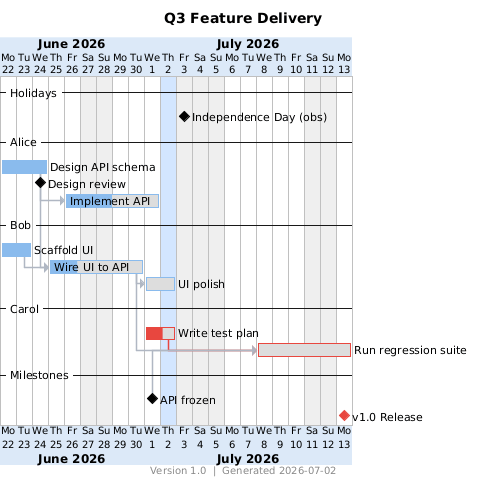
Before: docs/example-advanced.png, a diagram exported from PlantUML (meet-brad-ch/ganttuml). The source it was exported from:
```plantuml
@startgantt
<style>
ganttDiagram {
  undone {
    BackGroundColor #DDDDDD
  }
  arrow {
    LineColor #B0B7C3
  }
  timeline {
    BackGroundColor #DCE9F8
  }
}
</style>
title Q3 Feature Delivery
footer Version 1.0  |  Generated 2026-07-02
Project starts 2026-06-22
hide resources footbox
hide resources names

2026-06-27 is colored in #EFEFEF
2026-06-28 is colored in #EFEFEF
2026-07-03 is colored in #EFEFEF
2026-07-04 is colored in #EFEFEF
2026-07-05 is colored in #EFEFEF
2026-07-11 is colored in #EFEFEF
2026-07-12 is colored in #EFEFEF
2026-07-02 is colored in #4F9BFF40

{Alice} is off on 2026-06-25
{Alice} is off on 2026-06-27
{Alice} is off on 2026-06-28
{Alice} is off on 2026-07-03
{Alice} is off on 2026-07-04
{Alice} is off on 2026-07-05
{Alice} is off on 2026-07-11
{Alice} is off on 2026-07-12
{Bob} is off on 2026-06-27
{Bob} is off on 2026-07-03
{Bob} is off on 2026-07-04
{Bob} is off on 2026-07-05
{Bob} is off on 2026-07-11
{Bob} is off on 2026-07-12
{Carol} is off on 2026-06-27
{Carol} is off on 2026-06-28
{Carol} is off on 2026-07-03
{Carol} is off on 2026-07-04
{Carol} is off on 2026-07-05
{Carol} is off on 2026-07-06
{Carol} is off on 2026-07-07
{Carol} is off on 2026-07-11
{Carol} is off on 2026-07-12

-- Holidays --
[Independence Day (obs)] happens 2026-07-03

-- Alice --
[Design API schema] as [api_schema] on {Alice} requires 3 days
[api_schema] is colored in #8ABBED
[api_schema] is 100% completed
[api_schema] links to [[https://your-company.atlassian.net/browse/PROJ-101]]
[Design review] as [design_review] happens 2026-06-24
[Implement API] as [api_impl] on {Alice} requires 4 days
[api_impl] is colored in #8ABBED
[api_impl] is 50% completed

-- Bob --
[Scaffold UI] as [ui_scaffold] on {Bob} requires 2 days
[ui_scaffold] is colored in #8ABBED
[ui_scaffold] is 100% completed
[ui_scaffold] links to [[https://example.com/ui-spec]]
[Wire UI to API] as [ui_wire] on {Bob} requires 5 days
[ui_wire] is colored in #8ABBED
[ui_wire] is 30% completed
[UI polish] as [ui_polish] on {Bob} requires 2 days
[ui_polish] is colored in #8ABBED
[ui_polish] is 0% completed

-- Carol --
[Write test plan] as [qa_plan] on {Carol} requires 2 days
[qa_plan] starts 2026-07-01
[qa_plan] is colored in #E8473F
[qa_plan] is 60% completed
[Run regression suite] as [qa_run] on {Carol} requires 4 days
[qa_run] is colored in #E8473F
[qa_run] is 0% completed
[qa_run] links to [[https://your-company.atlassian.net/browse/PROJ-131]]

[api_schema] -> [api_impl]
[api_schema] -> [ui_wire]
[ui_scaffold] -> [ui_wire]
[ui_wire] -> [ui_polish]
[ui_wire] -> [qa_run]
[qa_plan] -[#E8473F]-> [qa_run]

-- Milestones --
[API frozen] as [api_done] happens at [api_impl]'s end
[api_done] -> [qa_run]
[v1.0 Release] as [release] happens at [qa_run]'s end
[release] happens at [ui_polish]'s end
[release] is colored in #E8473F

@endgantt
```
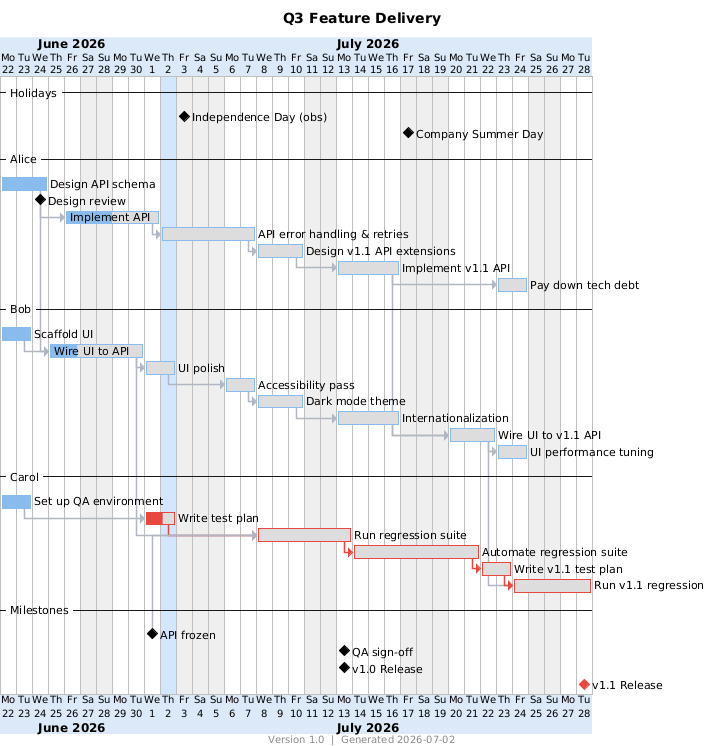
Above is the later version.

Commit message:
Adding more advanced example. Normalize line endings and file modes; enforce via .gitattributes

What changed in the source:
```diff
@@ -25,6 +25,11 @@
 2026-07-05 is colored in #EFEFEF
 2026-07-11 is colored in #EFEFEF
 2026-07-12 is colored in #EFEFEF
+2026-07-17 is colored in #EFEFEF
+2026-07-18 is colored in #EFEFEF
+2026-07-19 is colored in #EFEFEF
+2026-07-25 is colored in #EFEFEF
+2026-07-26 is colored in #EFEFEF
 2026-07-02 is colored in #4F9BFF40
 
 {Alice} is off on 2026-06-25
@@ -35,12 +40,27 @@
 {Alice} is off on 2026-07-05
 {Alice} is off on 2026-07-11
 {Alice} is off on 2026-07-12
+{Alice} is off on 2026-07-17
+{Alice} is off on 2026-07-18
+{Alice} is off on 2026-07-19
+{Alice} is off on 2026-07-20
+{Alice} is off on 2026-07-21
+{Alice} is off on 2026-07-22
+{Alice} is off on 2026-07-25
+{Alice} is off on 2026-07-26
 {Bob} is off on 2026-06-27
 {Bob} is off on 2026-07-03
 {Bob} is off on 2026-07-04
 {Bob} is off on 2026-07-05
 {Bob} is off on 2026-07-11
 {Bob} is off on 2026-07-12
+{Bob} is off on 2026-07-17
+{Bob} is off on 2026-07-18
+{Bob} is off on 2026-07-19
+{Bob} is off on 2026-07-25
+{Bob} is off on 2026-07-26
+{Bob} is off on 2026-07-27
+{Bob} is off on 2026-07-28
 {Carol} is off on 2026-06-27
 {Carol} is off on 2026-06-28
 {Carol} is off on 2026-07-03
@@ -50,9 +70,16 @@
 {Carol} is off on 2026-07-07
 {Carol} is off on 2026-07-11
 {Carol} is off on 2026-07-12
+{Carol} is off on 2026-07-16
+{Carol} is off on 2026-07-17
+{Carol} is off on 2026-07-18
+{Carol} is off on 2026-07-19
+{Carol} is off on 2026-07-25
+{Carol} is off on 2026-07-26
 
 -- Holidays --
 [Independence Day (obs)] happens 2026-07-03
+[Company Summer Day] happens 2026-07-17
 
 -- Alice --
 [Design API schema] as [api_schema] on {Alice} requires 3 days
@@ -63,6 +90,18 @@
 [Implement API] as [api_impl] on {Alice} requires 4 days
 [api_impl] is colored in #8ABBED
 [api_impl] is 50% completed
+[API error handling & retries] as [api_hardening] on {Alice} requires 3 days
+[api_hardening] is colored in #8ABBED
+[api_hardening] is 0% completed
+[Design v1.1 API extensions] as [api_v2_design] on {Alice} requires 3 days
+[api_v2_design] is colored in #8ABBED
+[api_v2_design] is 0% completed
+[Implement v1.1 API] as [api_v2_impl] on {Alice} requires 4 days
+[api_v2_impl] is colored in #8ABBED
+[api_v2_impl] is 0% completed
+[Pay down tech debt] as [tech_debt] on {Alice} requires 2 days
+[tech_debt] is colored in #8ABBED
+[tech_debt] is 0% completed
 
 -- Bob --
 [Scaffold UI] as [ui_scaffold] on {Bob} requires 2 days
@@ -75,8 +114,26 @@
 [UI polish] as [ui_polish] on {Bob} requires 2 days
 [ui_polish] is colored in #8ABBED
 [ui_polish] is 0% completed
+[Accessibility pass] as [a11y_pass] on {Bob} requires 2 days
+[a11y_pass] is colored in #8ABBED
+[a11y_pass] is 0% completed
+[Dark mode theme] as [ui_darkmode] on {Bob} requires 3 days
+[ui_darkmode] is colored in #8ABBED
+[ui_darkmode] is 0% completed
+[Internationalization] as [ui_i18n] on {Bob} requires 4 days
+[ui_i18n] is colored in #8ABBED
+[ui_i18n] is 0% completed
+[Wire UI to v1.1 API] as [ui_v2_wire] on {Bob} requires 3 days
+[ui_v2_wire] is colored in #8ABBED
+[ui_v2_wire] is 0% completed
+[UI performance tuning] as [ui_perf] on {Bob} requires 2 days
+[ui_perf] is colored in #8ABBED
+[ui_perf] is 0% completed
 
 -- Carol --
+[Set up QA environment] as [qa_env] on {Carol} requires 2 days
+[qa_env] is colored in #8ABBED
+[qa_env] is 100% completed
 [Write test plan] as [qa_plan] on {Carol} requires 2 days
 [qa_plan] starts 2026-07-01
 [qa_plan] is colored in #E8473F
@@ -85,19 +142,47 @@
 [qa_run] is colored in #E8473F
 [qa_run] is 0% completed
 [qa_run] links to [[https://your-company.atlassian.net/browse/PROJ-131]]
+[Automate regression suite] as [qa_automation] on {Carol} requires 4 days
+[qa_automation] is colored in #E8473F
+[qa_automation] is 0% completed
+[Write v1.1 test plan] as [qa_v2_plan] on {Carol} requires 2 days
+[qa_v2_plan] is colored in #E8473F
+[qa_v2_plan] is 0% completed
+[Run v1.1 regression] as [qa_v2_run] on {Carol} requires 3 days
+[qa_v2_run] is colored in #E8473F
+[qa_v2_run] is 0% completed
 
 [api_schema] -> [api_impl]
+[api_impl] -> [api_hardening]
+[api_hardening] -> [api_v2_design]
+[api_v2_design] -> [api_v2_impl]
+[api_v2_impl] -> [tech_debt]
 [api_schema] -> [ui_wire]
 [ui_scaffold] -> [ui_wire]
 [ui_wire] -> [ui_polish]
+[ui_polish] -> [a11y_pass]
+[a11y_pass] -> [ui_darkmode]
+[ui_darkmode] -> [ui_i18n]
+[api_v2_impl] -> [ui_v2_wire]
+[ui_i18n] -> [ui_v2_wire]
+[ui_v2_wire] -> [ui_perf]
+[qa_env] -> [qa_plan]
 [ui_wire] -> [qa_run]
 [qa_plan] -[#E8473F]-> [qa_run]
+[qa_run] -[#E8473F]-> [qa_automation]
+[qa_automation] -[#E8473F]-> [qa_v2_plan]
+[ui_v2_wire] -> [qa_v2_run]
+[qa_v2_plan] -[#E8473F]-> [qa_v2_run]
 
 -- Milestones --
 [API frozen] as [api_done] happens at [api_impl]'s end
 [api_done] -> [qa_run]
+[QA sign-off] as [qa_signoff] happens at [qa_run]'s end
 [v1.0 Release] as [release] happens at [qa_run]'s end
-[release] happens at [ui_polish]'s end
-[release] is colored in #E8473F
+[release] happens at [api_hardening]'s end
+[v1.1 Release] as [release_v2] happens at [qa_v2_run]'s end
+[release_v2] happens at [ui_perf]'s end
+[release_v2] happens at [tech_debt]'s end
+[release_v2] is colored in #E8473F
 
 @endgantt
```
